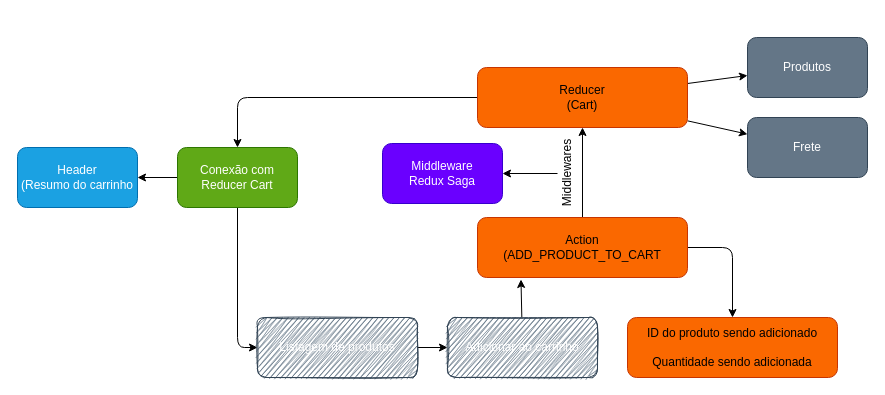
Earlier version of the draw.io diagram ArchitectureFlux.drawio (Vinicius-Holtman/bonus_redux). Source tidied: cells renumbered, new cells numbered last; positions are measured from the earlier drawing's top-left corner, leaving out a move shared by most shapes. Both pictures are drawn from the tidied source at 100%, with x=0, y=0 at pixel (17, 37).
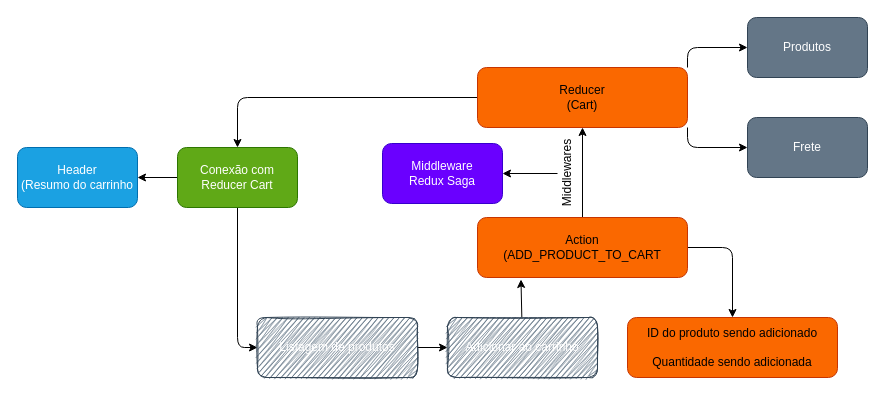
The same page after the edit.

Commit message:
Modifed diagram

Unchanged cells that the change refers to:
```xml
<mxCell id="15" value="Reducer&lt;br&gt;(Cart)" style="rounded=1;whiteSpace=wrap;html=1;shadow=0;glass=0;sketch=0;fillStyle=auto;strokeColor=#C73500;fillColor=#fa6800;fontColor=#000000;" parent="1" vertex="1">
  <mxGeometry x="460" y="30" width="210" height="60" as="geometry" />
</mxCell>
<mxCell id="17" value="Frete" style="rounded=1;whiteSpace=wrap;html=1;shadow=0;glass=0;sketch=0;fillStyle=auto;strokeColor=#314354;fillColor=#647687;fontColor=#ffffff;" parent="1" vertex="1">
  <mxGeometry x="730" y="80" width="120" height="60" as="geometry" />
</mxCell>
```

Change to the diagram source:
```diff
@@
-    <mxCell id="12" style="edgeStyle=none;html=1;" parent="1" edge="1" source="15" target="16">
-      <mxGeometry relative="1" as="geometry" />
+    <mxCell id="12" style="edgeStyle=none;html=1;exitX=1;exitY=0;exitDx=0;exitDy=0;" parent="1" edge="1" source="15" target="16">
+      <mxGeometry relative="1" as="geometry">
+        <Array as="points">
+          <mxPoint x="670" y="10" />
+        </Array>
+      </mxGeometry>
     </mxCell>
-    <mxCell id="13" style="edgeStyle=none;html=1;" parent="1" edge="1" source="15" target="17">
-      <mxGeometry relative="1" as="geometry" />
+    <mxCell id="13" style="edgeStyle=none;html=1;exitX=1;exitY=1;exitDx=0;exitDy=0;" parent="1" edge="1" source="15" target="17">
+      <mxGeometry relative="1" as="geometry">
+        <Array as="points">
+          <mxPoint x="670" y="110" />
+        </Array>
+      </mxGeometry>
     </mxCell>
@@
     <mxCell id="16" value="Produtos" style="rounded=1;whiteSpace=wrap;html=1;shadow=0;glass=0;sketch=0;fillStyle=auto;strokeColor=#314354;fillColor=#647687;fontColor=#ffffff;" parent="1" vertex="1">
-      <mxGeometry x="730" width="120" height="60" as="geometry" />
+      <mxGeometry x="730" y="-20" width="120" height="60" as="geometry" />
     </mxCell>
```
